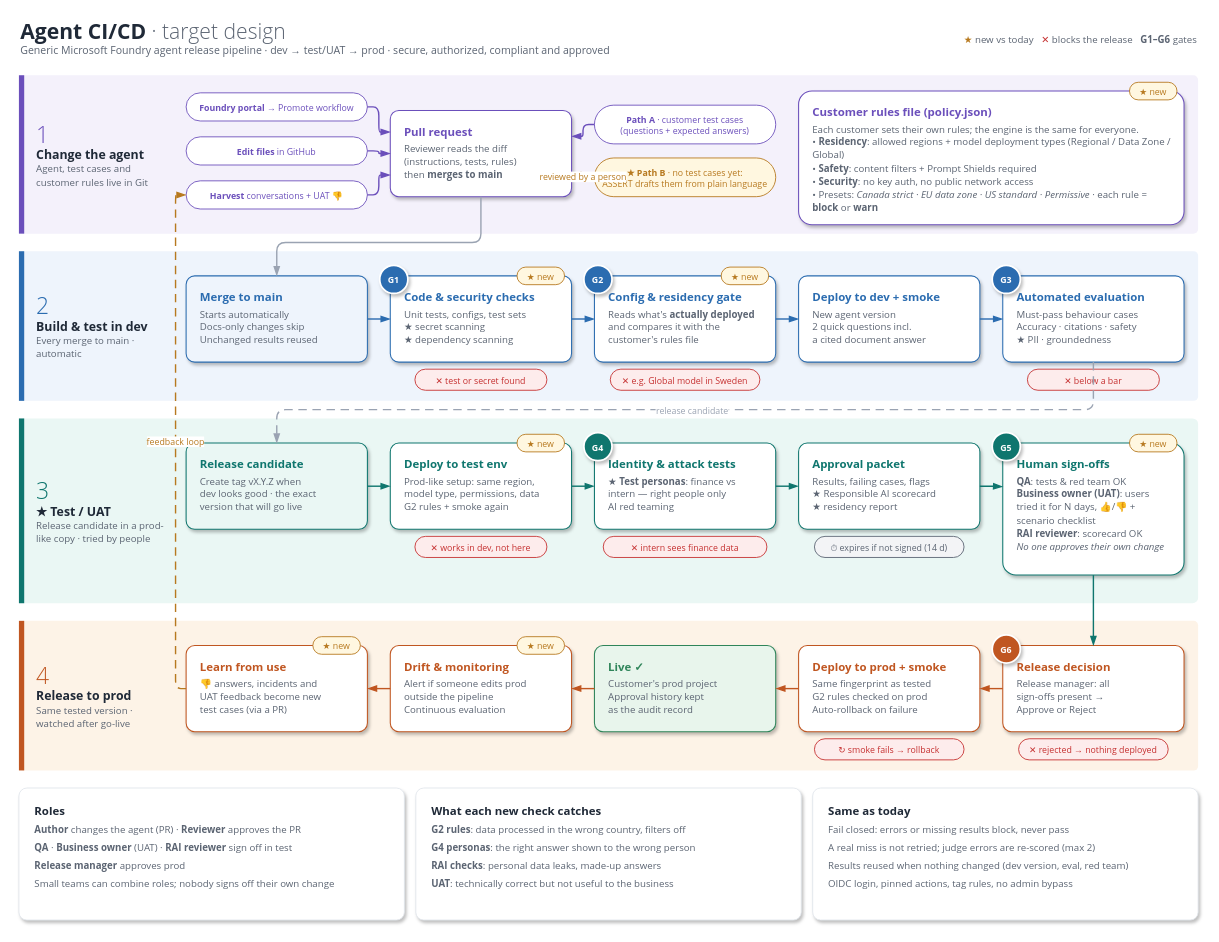
Above: docs/agent-cicd-target.drawio in ilianameco-sandbox/foundry-agents-cicd (draw.io), before the change. Source tidied: cells renumbered, new cells numbered last; positions are measured from the earlier drawing's top-left corner, leaving out a move shared by most shapes. Both pictures are drawn from the tidied source at 88%, with x=0, y=0 at pixel (18, 15).
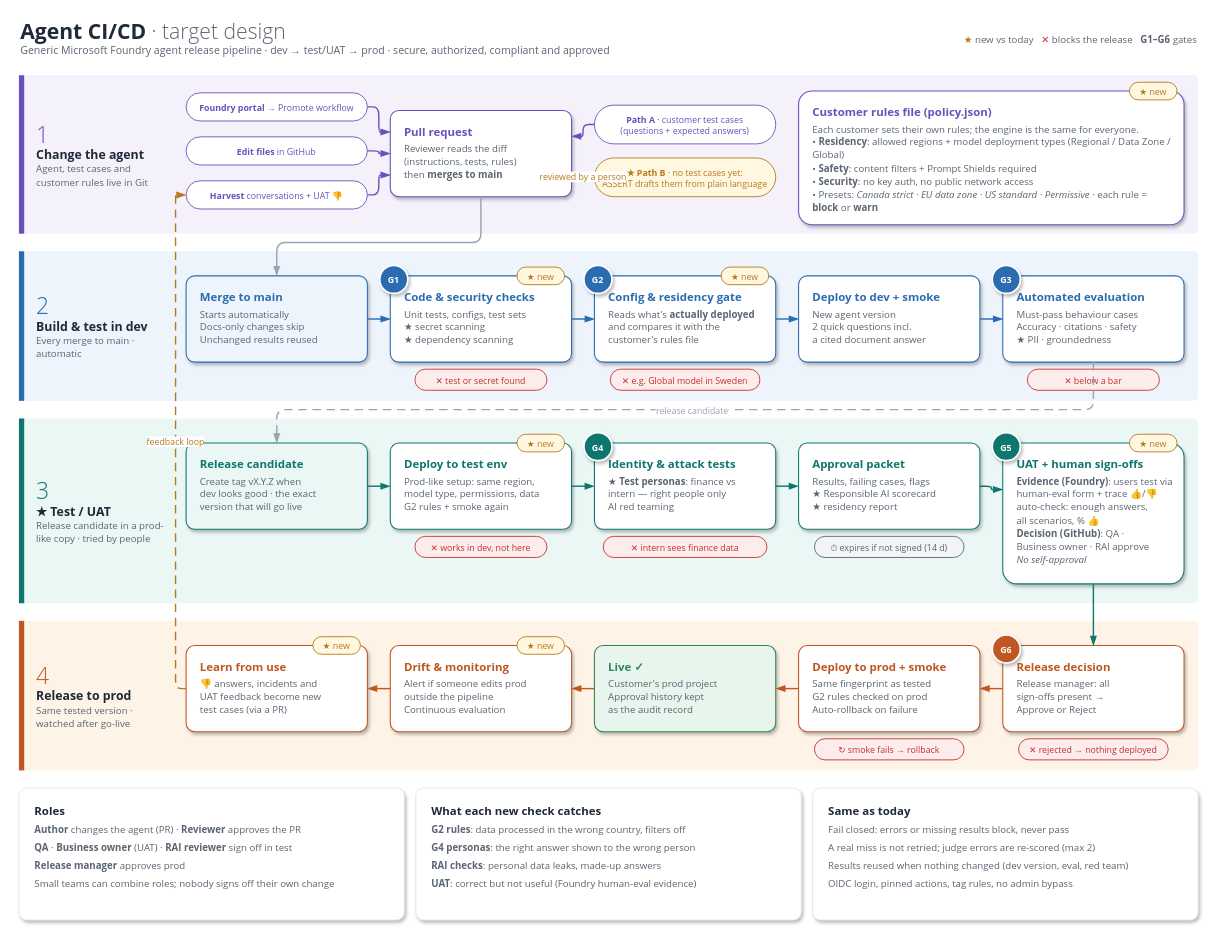
After the change.

Commit message:
Target diagram: G5 uses Foundry human evaluation and trace annotations as UAT evidence, GitHub approvals as the decision

Diff of the diagram source:
```diff
@@
-    <mxCell id="49" value="&lt;div style=&quot;text-align:left&quot;&gt;&lt;b style=&quot;color:#0F766E;font-size:13px&quot;&gt;Human sign-offs&lt;/b&gt;&lt;div style=&quot;color:#5B6472;font-size:11px;line-height:1.35;margin-top:4px&quot;&gt;&lt;b&gt;QA&lt;/b&gt;: tests &amp; red team OK&lt;br&gt;&lt;b&gt;Business owner (UAT)&lt;/b&gt;: users&lt;br&gt;tried it for N days, 👍/👎 +&lt;br&gt;scenario checklist&lt;br&gt;&lt;b&gt;RAI reviewer&lt;/b&gt;: scorecard OK&lt;br&gt;&lt;i&gt;No one approves their own change&lt;/i&gt;&lt;/div&gt;&lt;/div&gt;" style="fontFamily=Segoe UI;rounded=1;arcSize=10;whiteSpace=wrap;html=1;fillColor=#FFFFFF;strokeColor=#0F766E;strokeWidth=1.2;shadow=1;align=left;verticalAlign=top;spacingLeft=14;spacingTop=10;spacingRight=10;" parent="1" vertex="1">
-      <mxGeometry x="1118" y="486" width="206" height="150" as="geometry" />
+    <mxCell id="49" value="&lt;div style=&quot;text-align:left&quot;&gt;&lt;b style=&quot;color:#0F766E;font-size:13px&quot;&gt;UAT + human sign-offs&lt;/b&gt;&lt;div style=&quot;color:#5B6472;font-size:11px;line-height:1.35;margin-top:4px&quot;&gt;&lt;b&gt;Evidence (Foundry)&lt;/b&gt;: users test via&lt;br&gt;human-eval form + trace 👍/👎&lt;br&gt;auto-check: enough answers,&lt;br&gt;all scenarios, % 👍&lt;br&gt;&lt;b&gt;Decision (GitHub)&lt;/b&gt;: QA ·&lt;br&gt;Business owner · RAI approve&lt;br&gt;&lt;i&gt;No self-approval&lt;/i&gt;&lt;/div&gt;&lt;/div&gt;" style="fontFamily=Segoe UI;rounded=1;arcSize=10;whiteSpace=wrap;html=1;fillColor=#FFFFFF;strokeColor=#0F766E;strokeWidth=1.2;shadow=1;align=left;verticalAlign=top;spacingLeft=14;spacingTop=10;spacingRight=10;" parent="1" vertex="1">
+      <mxGeometry x="1118" y="486" width="206" height="160" as="geometry" />
     </mxCell>
@@
-    <mxCell id="81" value="&lt;div style=&quot;text-align:left&quot;&gt;&lt;b style=&quot;color:#1F2937;font-size:13px&quot;&gt;What each new check catches&lt;/b&gt;&lt;div style=&quot;color:#5B6472;font-size:11px;line-height:1.4&quot;&gt;&lt;div style=&quot;margin-top:5px&quot;&gt;&lt;b&gt;G2 rules&lt;/b&gt;: data processed in the wrong country, filters off&lt;/div&gt;&lt;div style=&quot;margin-top:5px&quot;&gt;&lt;b&gt;G4 personas&lt;/b&gt;: the right answer shown to the wrong person&lt;/div&gt;&lt;div style=&quot;margin-top:5px&quot;&gt;&lt;b&gt;RAI checks&lt;/b&gt;: personal data leaks, made-up answers&lt;/div&gt;&lt;div style=&quot;margin-top:5px&quot;&gt;&lt;b&gt;UAT&lt;/b&gt;: technically correct but not useful to the business&lt;/div&gt;&lt;/div&gt;&lt;/div&gt;" style="fontFamily=Segoe UI;rounded=1;arcSize=6;whiteSpace=wrap;html=1;fillColor=#FFFFFF;strokeColor=#E2E6EC;strokeWidth=1;shadow=1;align=left;verticalAlign=top;spacingLeft=16;spacingTop=12;spacingRight=12;" parent="1" vertex="1">
+    <mxCell id="81" value="&lt;div style=&quot;text-align:left&quot;&gt;&lt;b style=&quot;color:#1F2937;font-size:13px&quot;&gt;What each new check catches&lt;/b&gt;&lt;div style=&quot;color:#5B6472;font-size:11px;line-height:1.4&quot;&gt;&lt;div style=&quot;margin-top:5px&quot;&gt;&lt;b&gt;G2 rules&lt;/b&gt;: data processed in the wrong country, filters off&lt;/div&gt;&lt;div style=&quot;margin-top:5px&quot;&gt;&lt;b&gt;G4 personas&lt;/b&gt;: the right answer shown to the wrong person&lt;/div&gt;&lt;div style=&quot;margin-top:5px&quot;&gt;&lt;b&gt;RAI checks&lt;/b&gt;: personal data leaks, made-up answers&lt;/div&gt;&lt;div style=&quot;margin-top:5px&quot;&gt;&lt;b&gt;UAT&lt;/b&gt;: correct but not useful (Foundry human-eval evidence)&lt;/div&gt;&lt;/div&gt;&lt;/div&gt;" style="fontFamily=Segoe UI;rounded=1;arcSize=6;whiteSpace=wrap;html=1;fillColor=#FFFFFF;strokeColor=#E2E6EC;strokeWidth=1;shadow=1;align=left;verticalAlign=top;spacingLeft=16;spacingTop=12;spacingRight=12;" parent="1" vertex="1">
       <mxGeometry x="451" y="878" width="438" height="150" as="geometry" />
     </mxCell>
```
